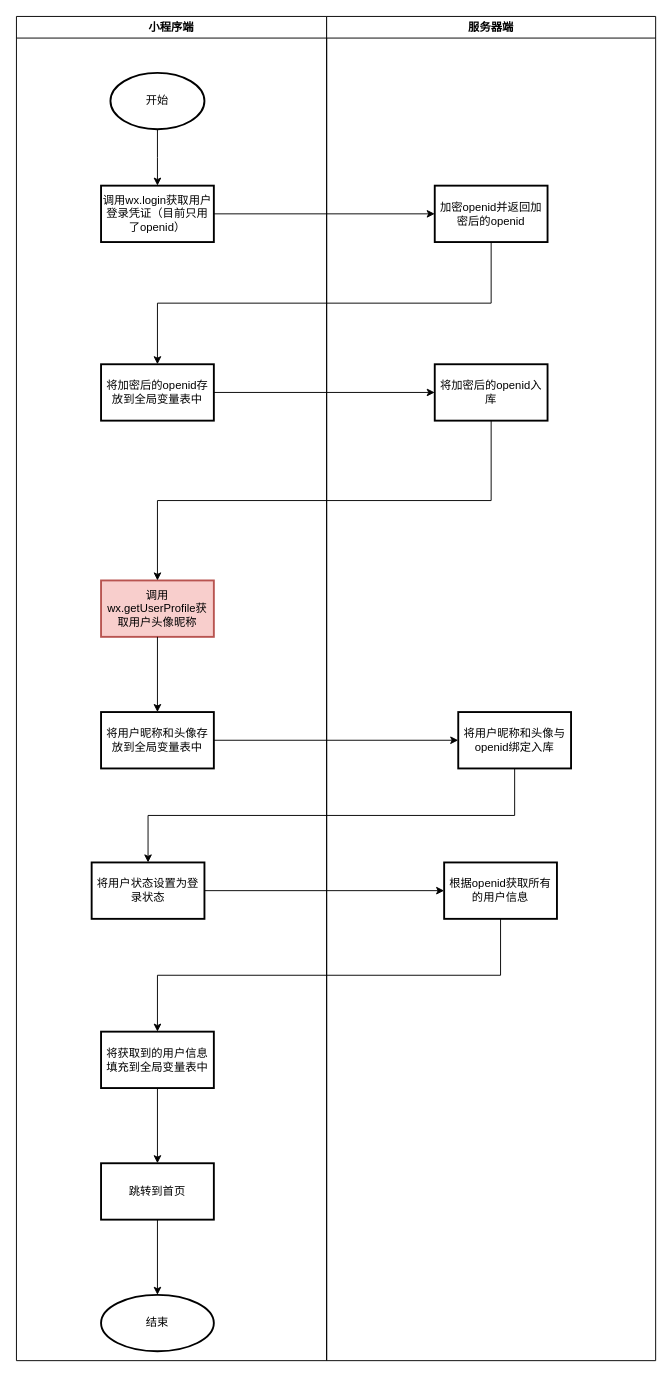
Before: tietie/frontpage.drawio in Zhou-Ru-Xuan/drawio-workplace, a draw.io diagram. Source tidied: cells renumbered, new cells numbered last; positions are measured from the earlier drawing's top-left corner, leaving out a move shared by most shapes. Both pictures are drawn from the tidied source at 94%, with x=0, y=0 at pixel (16, 16).
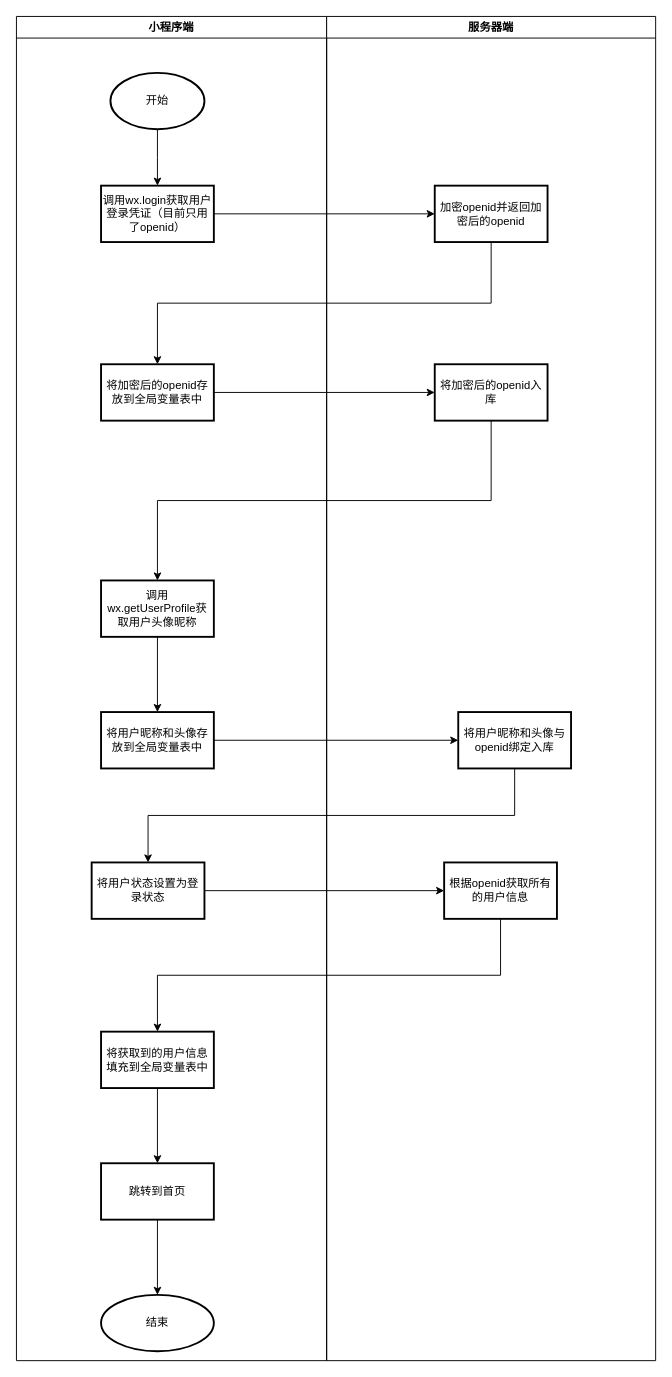
Above is the later version.

The change refers to these unchanged cells:
```xml
<mxCell id="2" value="小程序端" style="swimlane;" parent="1" vertex="1">
  <mxGeometry width="330" height="1430" as="geometry" />
</mxCell>
```

Change to the diagram source:
```diff
@@
-    <mxCell id="7" value="&lt;span&gt;调用wx.getUserProfile获取用户头像昵称&lt;/span&gt;" style="whiteSpace=wrap;html=1;strokeWidth=2;fillColor=#f8cecc;strokeColor=#b85450;" parent="2" vertex="1">
+    <mxCell id="7" value="&lt;span&gt;调用wx.getUserProfile获取用户头像昵称&lt;/span&gt;" style="whiteSpace=wrap;html=1;strokeWidth=2;" parent="2" vertex="1">
       <mxGeometry x="90" y="600" width="120" height="60" as="geometry" />
     </mxCell>
```
